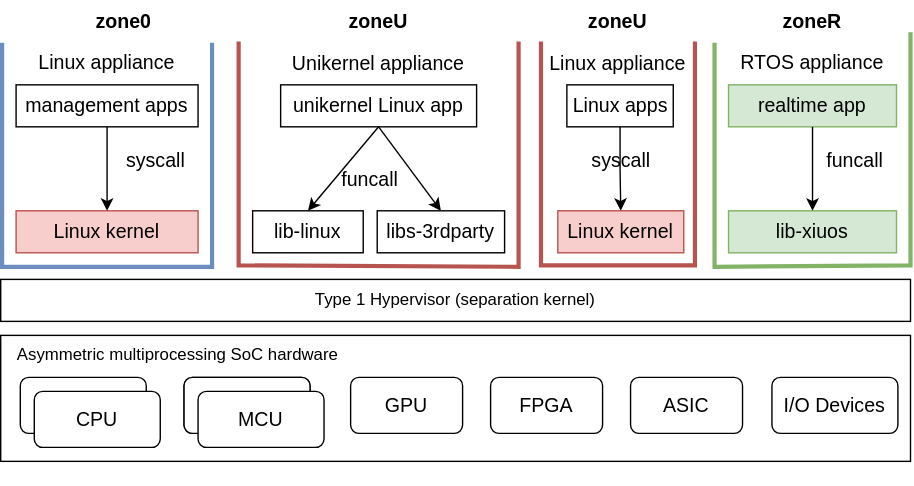
Earlier version of the draw.io export docs/_media/overview.svg (syswonder/syswonder-web). Source tidied: cells renumbered, new cells last; positions are measured from the earlier drawing's top-left corner, leaving out a move shared by most shapes.
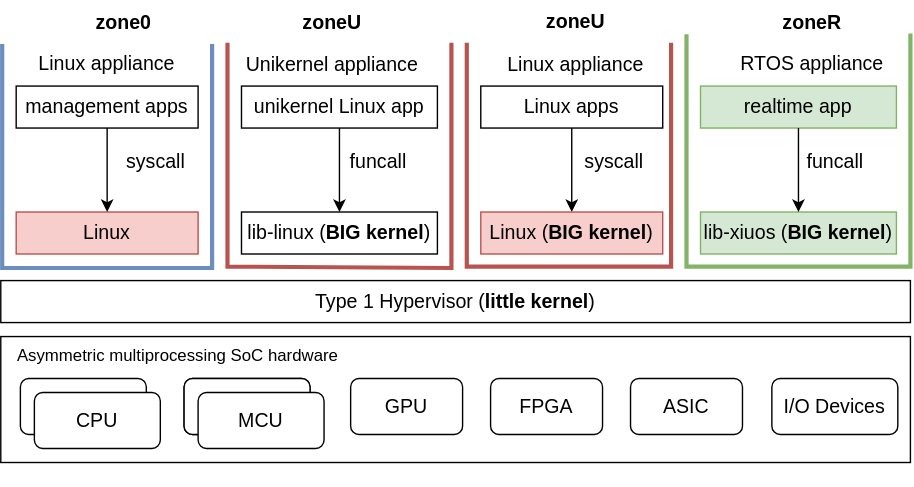
The same diagram one commit later.

The edit, as a diff of the source:
```diff
@@ -32,7 +32,7 @@
     <mxCell id="11" value="I/O Devices" style="rounded=1;whiteSpace=wrap;html=1;fontSize=14;" parent="1" vertex="1">
       <mxGeometry x="551" y="269" width="90" height="40" as="geometry" />
     </mxCell>
-    <mxCell id="12" value="Type 1 Hypervisor (separation kernel)" style="rounded=0;whiteSpace=wrap;html=1;" parent="1" vertex="1">
+    <mxCell id="12" value="Type 1 Hypervisor (&lt;b style=&quot;font-size: 14px;&quot;&gt;little&lt;/b&gt; &lt;b style=&quot;font-size: 14px;&quot;&gt;kernel&lt;/b&gt;)" style="rounded=0;whiteSpace=wrap;html=1;fontSize=14;" parent="1" vertex="1">
       <mxGeometry y="199" width="650" height="30" as="geometry" />
     </mxCell>
     <mxCell id="13" style="endArrow=none;html=1;rounded=0;fontSize=14;strokeWidth=3;fillColor=#dae8fc;strokeColor=#6c8ebf;entryX=1;entryY=1;entryDx=0;entryDy=0;" parent="1" edge="1">
@@ -46,7 +46,7 @@
         </Array>
       </mxGeometry>
     </mxCell>
-    <mxCell id="14" value="Linux kernel" style="rounded=0;whiteSpace=wrap;html=1;fontSize=14;fillColor=#f8cecc;strokeColor=#b85450;" parent="1" vertex="1">
+    <mxCell id="14" value="Linux" style="rounded=0;whiteSpace=wrap;html=1;fontSize=14;fillColor=#f8cecc;strokeColor=#b85450;" parent="1" vertex="1">
       <mxGeometry x="11" y="150" width="130" height="30" as="geometry" />
     </mxCell>
     <mxCell id="15" value="management apps" style="rounded=0;whiteSpace=wrap;html=1;fontSize=14;" parent="1" vertex="1">
@@ -63,52 +63,46 @@
     </mxCell>
     <mxCell id="19" style="endArrow=none;html=1;rounded=0;fontSize=14;strokeWidth=3;fillColor=#f8cecc;strokeColor=#b85450;" parent="1" edge="1">
       <mxGeometry relative="1" as="geometry">
-        <mxPoint x="170" y="29" as="sourcePoint" />
-        <mxPoint x="370" y="29" as="targetPoint" />
+        <mxPoint x="162" y="29" as="sourcePoint" />
+        <mxPoint x="322" y="29" as="targetPoint" />
         <Array as="points">
-          <mxPoint x="170" y="189" />
-          <mxPoint x="370" y="190" />
+          <mxPoint x="162" y="189" />
+          <mxPoint x="322" y="190" />
         </Array>
       </mxGeometry>
     </mxCell>
-    <mxCell id="20" value="lib-linux" style="rounded=0;whiteSpace=wrap;html=1;fontSize=14;" parent="1" vertex="1">
-      <mxGeometry x="180" y="150" width="79" height="30" as="geometry" />
+    <mxCell id="20" value="lib-linux (&lt;b&gt;BIG&amp;nbsp;kernel&lt;/b&gt;)" style="rounded=0;whiteSpace=wrap;html=1;fontSize=14;" parent="1" vertex="1">
+      <mxGeometry x="172" y="150" width="140" height="30" as="geometry" />
     </mxCell>
-    <mxCell id="21" value="libs-3rdparty" style="rounded=0;whiteSpace=wrap;html=1;fontSize=14;" parent="1" vertex="1">
-      <mxGeometry x="269" y="150" width="91" height="30" as="geometry" />
-    </mxCell>
     <mxCell id="22" value="unikernel Linux app" style="rounded=0;whiteSpace=wrap;html=1;fontSize=14;" parent="1" vertex="1">
-      <mxGeometry x="200" y="60" width="140" height="30" as="geometry" />
+      <mxGeometry x="172" y="60" width="140" height="30" as="geometry" />
     </mxCell>
     <mxCell id="23" style="endArrow=classic;html=1;rounded=0;strokeWidth=1;fontSize=14;exitX=0.5;exitY=1;exitDx=0;exitDy=0;entryX=0.5;entryY=0;entryDx=0;entryDy=0;" parent="1" edge="1" source="22" target="20">
       <mxGeometry relative="1" as="geometry" />
     </mxCell>
-    <mxCell id="24" style="endArrow=classic;html=1;rounded=0;strokeWidth=1;fontSize=14;exitX=0.5;exitY=1;exitDx=0;exitDy=0;entryX=0.5;entryY=0;entryDx=0;entryDy=0;" parent="1" edge="1" source="22" target="21">
-      <mxGeometry relative="1" as="geometry" />
-    </mxCell>
     <mxCell id="25" value="funcall" style="text;html=1;strokeColor=none;fillColor=none;align=center;verticalAlign=middle;whiteSpace=wrap;rounded=0;fontSize=14;" parent="1" vertex="1">
-      <mxGeometry x="234" y="113" width="60" height="30" as="geometry" />
+      <mxGeometry x="240" y="99" width="60" height="30" as="geometry" />
     </mxCell>
     <mxCell id="26" value="Unikernel appliance" style="text;html=1;strokeColor=none;fillColor=none;align=center;verticalAlign=middle;whiteSpace=wrap;rounded=0;fontSize=14;" parent="1" vertex="1">
-      <mxGeometry x="180" y="30" width="180" height="30" as="geometry" />
+      <mxGeometry x="162" y="30" width="150" height="30" as="geometry" />
     </mxCell>
     <mxCell id="27" value="&lt;b&gt;zoneU&lt;/b&gt;" style="text;html=1;strokeColor=none;fillColor=none;align=center;verticalAlign=middle;whiteSpace=wrap;rounded=0;fontSize=14;" parent="1" vertex="1">
-      <mxGeometry x="190" width="160" height="30" as="geometry" />
+      <mxGeometry x="187" width="100" height="30" as="geometry" />
     </mxCell>
     <mxCell id="28" style="endArrow=none;html=1;rounded=0;fontSize=14;strokeWidth=3;fillColor=#d5e8d4;strokeColor=#82b366;entryX=1;entryY=0.75;entryDx=0;entryDy=0;" parent="1" edge="1" target="32">
       <mxGeometry relative="1" as="geometry">
-        <mxPoint x="510" y="30" as="sourcePoint" />
+        <mxPoint x="490" y="23" as="sourcePoint" />
         <Array as="points">
-          <mxPoint x="510" y="190" />
+          <mxPoint x="490" y="189" />
           <mxPoint x="650" y="189" />
         </Array>
       </mxGeometry>
     </mxCell>
-    <mxCell id="29" value="lib-xiuos" style="rounded=0;whiteSpace=wrap;html=1;fontSize=14;fillColor=#d5e8d4;strokeColor=#82b366;" parent="1" vertex="1">
-      <mxGeometry x="520" y="150" width="120" height="30" as="geometry" />
+    <mxCell id="29" value="lib-xiuos (&lt;b&gt;BIG&amp;nbsp;kernel&lt;/b&gt;)" style="rounded=0;whiteSpace=wrap;html=1;fontSize=14;fillColor=#d5e8d4;strokeColor=#82b366;" parent="1" vertex="1">
+      <mxGeometry x="500" y="150" width="140" height="30" as="geometry" />
     </mxCell>
     <mxCell id="30" value="realtime app" style="rounded=0;whiteSpace=wrap;html=1;fontSize=14;fillColor=#d5e8d4;strokeColor=#82b366;" parent="1" vertex="1">
-      <mxGeometry x="520" y="60" width="120" height="30" as="geometry" />
+      <mxGeometry x="500" y="60" width="140" height="30" as="geometry" />
     </mxCell>
     <mxCell id="31" style="endArrow=classic;html=1;rounded=0;strokeWidth=1;fontSize=14;exitX=0.5;exitY=1;exitDx=0;exitDy=0;entryX=0.5;entryY=0;entryDx=0;entryDy=0;" parent="1" edge="1" source="30" target="29">
       <mxGeometry relative="1" as="geometry" />
@@ -117,37 +111,36 @@
       <mxGeometry x="510" width="140" height="30" as="geometry" />
     </mxCell>
     <mxCell id="33" value="funcall" style="text;html=1;align=center;verticalAlign=middle;strokeColor=none;fillColor=none;fontSize=14;" parent="1" vertex="1">
-      <mxGeometry x="580" y="99" width="60" height="30" as="geometry" />
+      <mxGeometry x="566" y="99" width="60" height="30" as="geometry" />
     </mxCell>
     <mxCell id="34" style="endArrow=none;html=1;rounded=0;fontSize=14;strokeWidth=3;fillColor=#f8cecc;strokeColor=#b85450;" parent="1" edge="1">
       <mxGeometry relative="1" as="geometry">
-        <mxPoint x="386" y="29" as="sourcePoint" />
-        <mxPoint x="496" y="29" as="targetPoint" />
+        <mxPoint x="333" y="29" as="sourcePoint" />
+        <mxPoint x="479" y="29" as="targetPoint" />
         <Array as="points">
-          <mxPoint x="386" y="109" />
-          <mxPoint x="386" y="189" />
-          <mxPoint x="496" y="189" />
-          <mxPoint x="496" y="109" />
+          <mxPoint x="333" y="189" />
+          <mxPoint x="479" y="189" />
+          <mxPoint x="479" y="109" />
         </Array>
       </mxGeometry>
     </mxCell>
     <mxCell id="35" value="&lt;b&gt;zoneU&lt;/b&gt;" style="text;html=1;strokeColor=none;fillColor=none;align=center;verticalAlign=middle;whiteSpace=wrap;rounded=0;fontSize=14;" parent="1" vertex="1">
-      <mxGeometry x="396" width="90" height="30" as="geometry" />
+      <mxGeometry x="365.5" y="-1" width="90" height="30" as="geometry" />
     </mxCell>
     <mxCell id="36" value="Linux appliance" style="text;html=1;strokeColor=none;fillColor=none;align=center;verticalAlign=middle;whiteSpace=wrap;rounded=0;fontSize=14;" parent="1" vertex="1">
-      <mxGeometry x="391" y="30" width="100" height="30" as="geometry" />
+      <mxGeometry x="360.5" y="30" width="100" height="30" as="geometry" />
     </mxCell>
     <mxCell id="37" style="edgeStyle=orthogonalEdgeStyle;rounded=0;jettySize=auto;html=1;entryX=0.5;entryY=0;entryDx=0;entryDy=0;" parent="1" edge="1" source="38" target="39">
       <mxGeometry relative="1" as="geometry" />
     </mxCell>
     <mxCell id="38" value="Linux apps" style="rounded=0;whiteSpace=wrap;html=1;fontSize=14;" parent="1" vertex="1">
-      <mxGeometry x="404.5" y="60" width="76" height="30" as="geometry" />
+      <mxGeometry x="343" y="60" width="130" height="30" as="geometry" />
     </mxCell>
-    <mxCell id="39" value="Linux kernel" style="rounded=0;whiteSpace=wrap;html=1;fontSize=14;fillColor=#f8cecc;strokeColor=#b85450;" parent="1" vertex="1">
-      <mxGeometry x="398" y="150" width="90" height="30" as="geometry" />
+    <mxCell id="39" value="Linux (&lt;b&gt;BIG&amp;nbsp;kernel&lt;/b&gt;)" style="rounded=0;whiteSpace=wrap;html=1;fontSize=14;fillColor=#f8cecc;strokeColor=#b85450;" parent="1" vertex="1">
+      <mxGeometry x="343" y="150" width="130" height="30" as="geometry" />
     </mxCell>
     <mxCell id="40" value="syscall" style="text;html=1;align=center;verticalAlign=middle;strokeColor=none;fillColor=none;fontSize=14;" parent="1" vertex="1">
-      <mxGeometry x="407.5" y="99" width="70" height="30" as="geometry" />
+      <mxGeometry x="403" y="99" width="70" height="30" as="geometry" />
     </mxCell>
     <mxCell id="41" value="RTOS appliance" style="text;html=1;strokeColor=none;fillColor=none;align=center;verticalAlign=middle;whiteSpace=wrap;rounded=0;fontSize=14;" parent="1" vertex="1">
       <mxGeometry x="510" y="29" width="140" height="30" as="geometry" />
```
